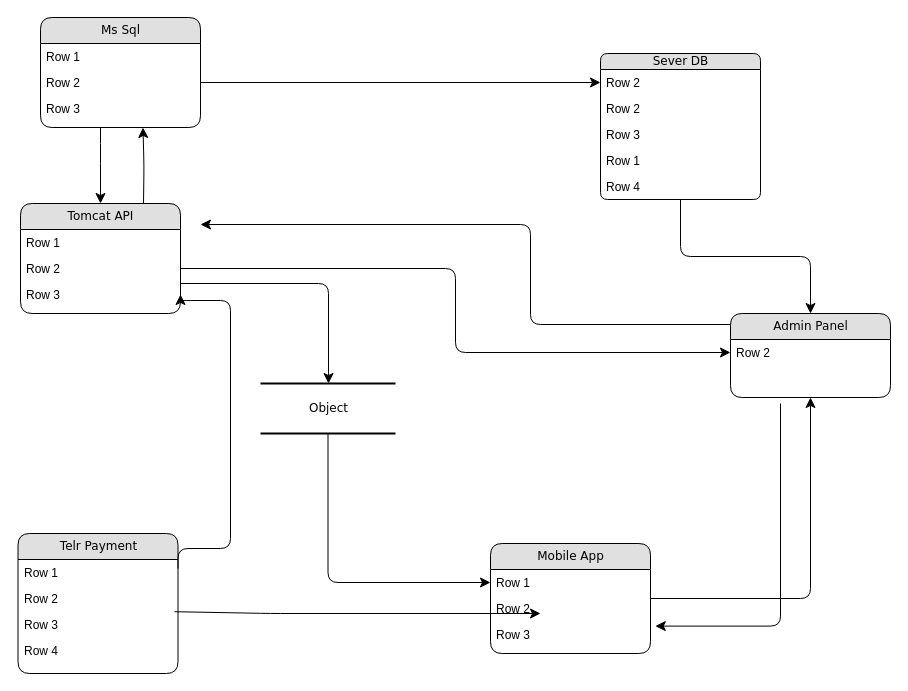
Above: Untitled Diagram.drawio in Kythonlk/delivery-system-dhabione (draw.io), before the change. Source tidied: cells renumbered, new cells numbered last; positions are measured from the earlier drawing's top-left corner, leaving out a move shared by most shapes. Both pictures are drawn from the tidied source at 100%, with x=0, y=0 at pixel (18, 17).
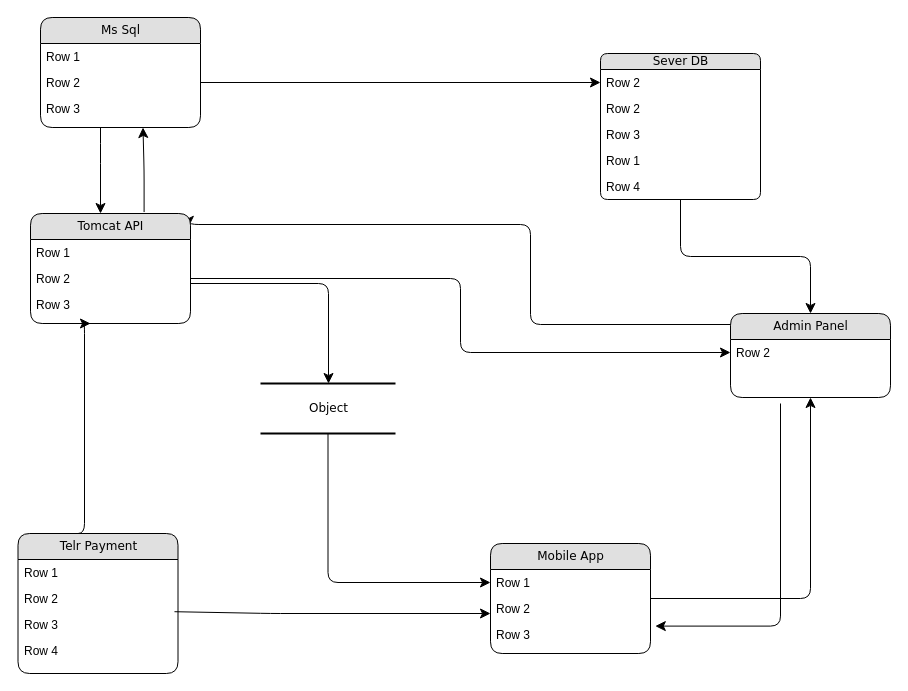
The same diagram, later.

Unchanged cells that the change refers to:
```xml
<mxCell id="16" value="Row 3" style="text;html=1;strokeColor=none;fillColor=none;spacingLeft=4;spacingRight=4;whiteSpace=wrap;overflow=hidden;points=[[0,0.5],[1,0.5]];portConstraint=eastwest;" parent="13" vertex="1">
  <mxGeometry y="78" width="160" height="26" as="geometry" />
</mxCell>
<mxCell id="17" value="Telr Payment" style="swimlane;html=1;fontStyle=0;horizontal=1;startSize=26;fillColor=#e0e0e0;swimlaneFillColor=#ffffff;align=center;rounded=1;shadow=0;comic=0;labelBackgroundColor=none;strokeWidth=1;fontFamily=Verdana;fontSize=12;" parent="1" vertex="1">
  <mxGeometry x="-0.5" y="516" width="160" height="140" as="geometry" />
</mxCell>
<mxCell id="20" value="Row 3" style="text;html=1;strokeColor=none;fillColor=none;spacingLeft=4;spacingRight=4;whiteSpace=wrap;overflow=hidden;points=[[0,0.5],[1,0.5]];portConstraint=eastwest;" parent="17" vertex="1">
  <mxGeometry y="78" width="160" height="26" as="geometry" />
</mxCell>
```

The edit, as a diff of the source:
```diff
@@
-    <mxCell id="2" style="edgeStyle=orthogonalEdgeStyle;html=1;labelBackgroundColor=none;startFill=0;startSize=8;endFill=1;endSize=8;fontFamily=Verdana;fontSize=12;" parent="1" edge="1">
+    <mxCell id="2" style="edgeStyle=orthogonalEdgeStyle;html=1;labelBackgroundColor=none;startFill=0;startSize=8;endFill=1;endSize=8;fontFamily=Verdana;fontSize=12;entryX=0.99;entryY=0.117;entryDx=0;entryDy=0;entryPerimeter=0;" parent="1" edge="1" target="13">
       <mxGeometry relative="1" as="geometry">
         <mxPoint x="712" y="307" as="sourcePoint" />
-        <mxPoint x="182" y="207" as="targetPoint" />
         <Array as="points">
           <mxPoint x="512" y="307" />
           <mxPoint x="512" y="207" />
+          <mxPoint x="170" y="207" />
         </Array>
       </mxGeometry>
     </mxCell>
@@
     <mxCell id="13" value="Tomcat API" style="swimlane;html=1;fontStyle=0;horizontal=1;startSize=26;fillColor=#e0e0e0;swimlaneFillColor=#ffffff;align=center;rounded=1;shadow=0;comic=0;labelBackgroundColor=none;strokeWidth=1;fontFamily=Verdana;fontSize=12;" parent="1" vertex="1">
-      <mxGeometry x="2" y="186" width="160" height="110" as="geometry" />
+      <mxGeometry x="12" y="196" width="160" height="110" as="geometry" />
     </mxCell>
@@
     <mxCell id="29" style="edgeStyle=none;html=1;labelBackgroundColor=none;startFill=0;startSize=8;endFill=1;endSize=8;fontFamily=Verdana;fontSize=12;exitX=0.978;exitY=0.008;exitDx=0;exitDy=0;exitPerimeter=0;" parent="1" edge="1" source="20">
       <mxGeometry relative="1" as="geometry">
-        <mxPoint x="522" y="596" as="targetPoint" />
+        <mxPoint x="472" y="596" as="targetPoint" />
         <Array as="points">
           <mxPoint x="252" y="596" />
         </Array>
       </mxGeometry>
     </mxCell>
-    <mxCell id="30" style="edgeStyle=orthogonalEdgeStyle;html=1;labelBackgroundColor=none;startFill=0;startSize=8;endFill=1;endSize=8;fontFamily=Verdana;fontSize=12;exitX=1;exitY=0.25;entryX=1;entryY=0.5;" parent="1" edge="1" source="17" target="16">
+    <mxCell id="30" style="edgeStyle=orthogonalEdgeStyle;html=1;labelBackgroundColor=none;startFill=0;startSize=8;endFill=1;endSize=8;fontFamily=Verdana;fontSize=12;exitX=1;exitY=0.25;" parent="1" edge="1">
       <mxGeometry relative="1" as="geometry">
+        <mxPoint x="53.2" y="516" as="sourcePoint" />
+        <mxPoint x="72" y="306" as="targetPoint" />
         <Array as="points">
-          <mxPoint x="212" y="531" />
-          <mxPoint x="212" y="283" />
+          <mxPoint x="66" y="516" />
+          <mxPoint x="66" y="306" />
         </Array>
       </mxGeometry>
     </mxCell>
@@
-    <mxCell id="37" style="edgeStyle=orthogonalEdgeStyle;html=1;entryX=1;entryY=0.5;labelBackgroundColor=none;startFill=0;startSize=8;endFill=1;endSize=8;fontFamily=Verdana;fontSize=12;" parent="1" edge="1">
+    <mxCell id="37" style="edgeStyle=orthogonalEdgeStyle;html=1;entryX=1;entryY=0.5;labelBackgroundColor=none;startFill=0;startSize=8;endFill=1;endSize=8;fontFamily=Verdana;fontSize=12;exitX=0.71;exitY=-0.013;exitDx=0;exitDy=0;exitPerimeter=0;" parent="1" edge="1" source="13">
       <mxGeometry relative="1" as="geometry">
-        <mxPoint x="125" y="186" as="sourcePoint" />
         <mxPoint x="124.5" y="110" as="targetPoint" />
       </mxGeometry>
     </mxCell>
```
